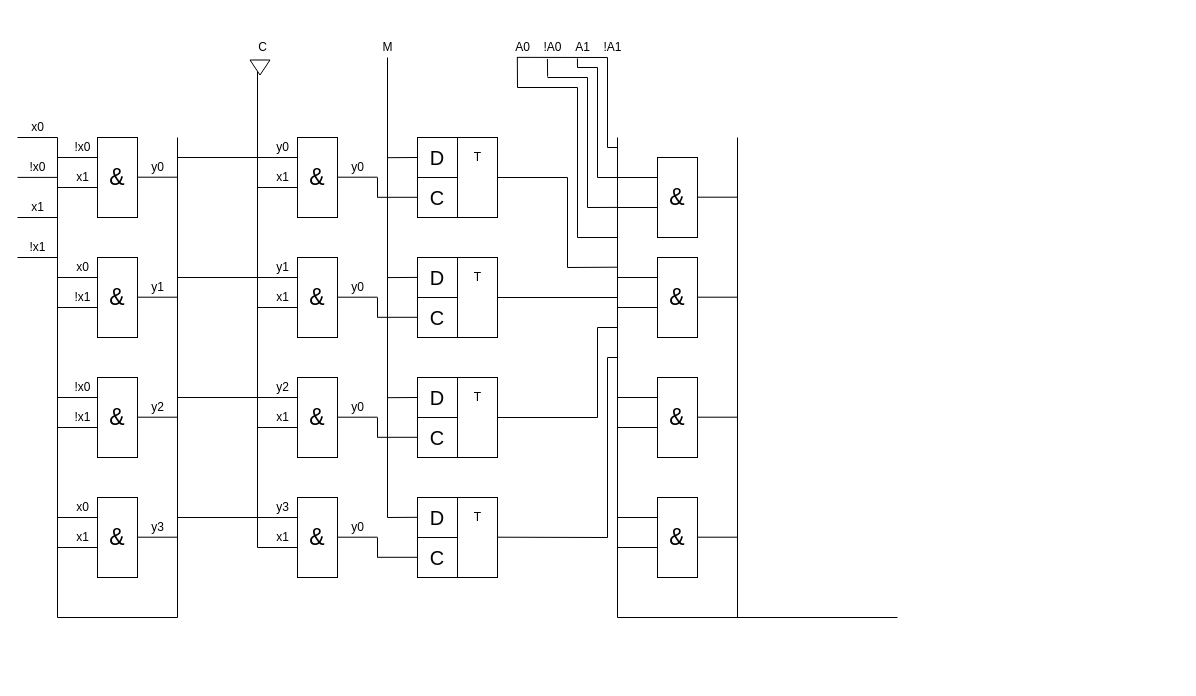
Before: 7lab.drawio in nayutalienx/digital_circuits, a draw.io diagram. Source tidied: cells renumbered, new cells numbered last; positions are measured from the earlier drawing's top-left corner, leaving out a move shared by most shapes. Both pictures are drawn from the tidied source at 100%, with x=0, y=0 at pixel (17, 37).
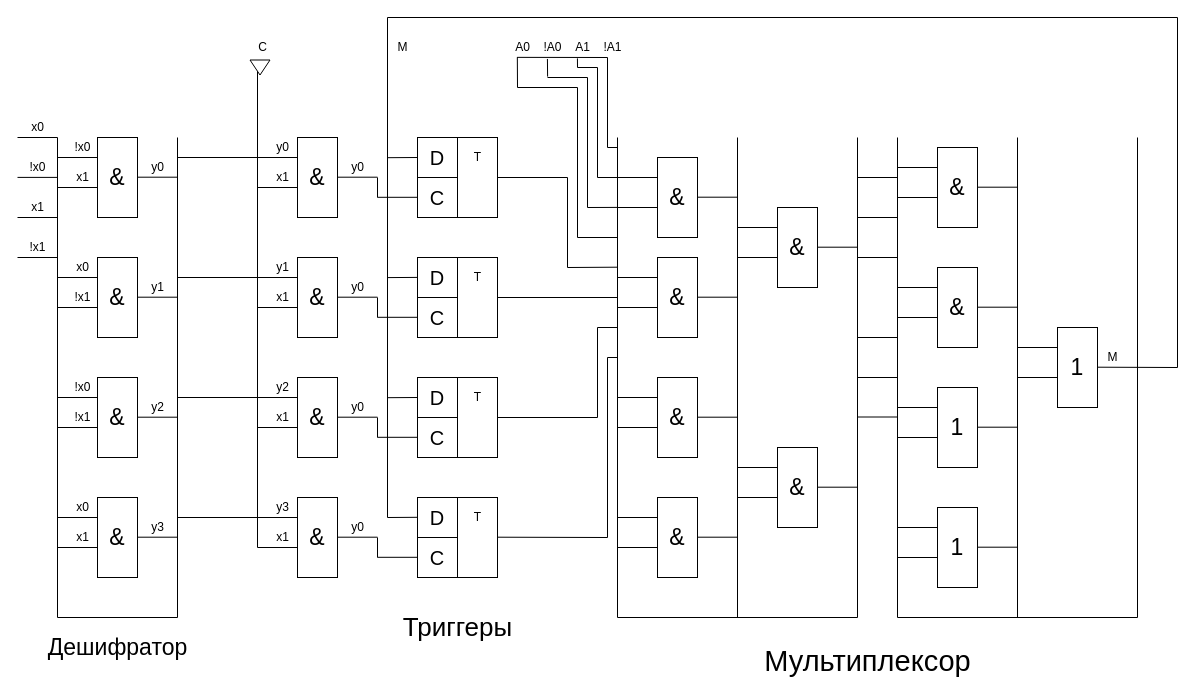
The same diagram, later.

The edit, as a diff of the source:
```diff
@@
     <mxCell id="92" style="endArrow=none;html=1;" parent="1" edge="1">
       <mxGeometry relative="1" as="geometry">
         <mxPoint x="370" y="480" as="sourcePoint" />
-        <mxPoint x="370" y="20" as="targetPoint" />
+        <mxPoint x="370" y="-20" as="targetPoint" />
       </mxGeometry>
     </mxCell>
@@
     <mxCell id="97" value="M" style="text;html=1;align=center;verticalAlign=middle;" parent="1" vertex="1">
-      <mxGeometry x="355" width="30" height="20" as="geometry" />
+      <mxGeometry x="370" width="30" height="20" as="geometry" />
     </mxCell>
@@
     <mxCell id="132" style="endArrow=none;html=1;" parent="1" edge="1">
       <mxGeometry relative="1" as="geometry">
         <mxPoint x="600" y="580" as="sourcePoint" />
-        <mxPoint x="880" y="580" as="targetPoint" />
+        <mxPoint x="840" y="580" as="targetPoint" />
       </mxGeometry>
     </mxCell>
@@
+    <mxCell id="150" value="&lt;font style=&quot;font-size: 23px&quot;&gt;&amp;amp;&lt;/font&gt;" style="rounded=0;whiteSpace=wrap;html=1;" parent="1" vertex="1">
+      <mxGeometry x="760" y="170" width="40" height="80" as="geometry" />
+    </mxCell>
+    <mxCell id="151" style="endArrow=none;html=1;entryX=0;entryY=0.25;entryDx=0;entryDy=0;" parent="1" edge="1" target="150">
+      <mxGeometry relative="1" as="geometry">
+        <mxPoint x="720" y="190" as="sourcePoint" />
+      </mxGeometry>
+    </mxCell>
+    <mxCell id="152" style="endArrow=none;html=1;entryX=0;entryY=0.25;entryDx=0;entryDy=0;" parent="1" edge="1">
+      <mxGeometry relative="1" as="geometry">
+        <mxPoint x="720" y="220" as="sourcePoint" />
+        <mxPoint x="760" y="220" as="targetPoint" />
+      </mxGeometry>
+    </mxCell>
+    <mxCell id="153" style="endArrow=none;html=1;entryX=0;entryY=0.25;entryDx=0;entryDy=0;" parent="1" edge="1">
+      <mxGeometry relative="1" as="geometry">
+        <mxPoint x="800" y="209.7" as="sourcePoint" />
+        <mxPoint x="840" y="209.7" as="targetPoint" />
+      </mxGeometry>
+    </mxCell>
+    <mxCell id="154" value="&lt;font style=&quot;font-size: 23px&quot;&gt;&amp;amp;&lt;/font&gt;" style="rounded=0;whiteSpace=wrap;html=1;" parent="1" vertex="1">
+      <mxGeometry x="760" y="410" width="40" height="80" as="geometry" />
+    </mxCell>
+    <mxCell id="155" style="endArrow=none;html=1;entryX=0;entryY=0.25;entryDx=0;entryDy=0;" parent="1" edge="1" target="154">
+      <mxGeometry relative="1" as="geometry">
+        <mxPoint x="720" y="430" as="sourcePoint" />
+      </mxGeometry>
+    </mxCell>
+    <mxCell id="156" style="endArrow=none;html=1;entryX=0;entryY=0.25;entryDx=0;entryDy=0;" parent="1" edge="1">
+      <mxGeometry relative="1" as="geometry">
+        <mxPoint x="720" y="460" as="sourcePoint" />
+        <mxPoint x="760" y="460" as="targetPoint" />
+      </mxGeometry>
+    </mxCell>
+    <mxCell id="157" style="endArrow=none;html=1;entryX=0;entryY=0.25;entryDx=0;entryDy=0;" parent="1" edge="1">
+      <mxGeometry relative="1" as="geometry">
+        <mxPoint x="800" y="449.7" as="sourcePoint" />
+        <mxPoint x="840" y="449.7" as="targetPoint" />
+      </mxGeometry>
+    </mxCell>
+    <mxCell id="158" style="endArrow=none;html=1;" parent="1" edge="1">
+      <mxGeometry relative="1" as="geometry">
+        <mxPoint x="840" y="580" as="sourcePoint" />
+        <mxPoint x="840" y="100" as="targetPoint" />
+      </mxGeometry>
+    </mxCell>
+    <mxCell id="159" style="endArrow=none;html=1;" parent="1" edge="1">
+      <mxGeometry relative="1" as="geometry">
+        <mxPoint x="840" y="140" as="sourcePoint" />
+        <mxPoint x="880" y="140" as="targetPoint" />
+      </mxGeometry>
+    </mxCell>
+    <mxCell id="160" style="endArrow=none;html=1;" parent="1" edge="1">
+      <mxGeometry relative="1" as="geometry">
+        <mxPoint x="840" y="180" as="sourcePoint" />
+        <mxPoint x="880" y="180" as="targetPoint" />
+      </mxGeometry>
+    </mxCell>
+    <mxCell id="161" style="endArrow=none;html=1;" parent="1" edge="1">
+      <mxGeometry relative="1" as="geometry">
+        <mxPoint x="840" y="220" as="sourcePoint" />
+        <mxPoint x="880" y="220" as="targetPoint" />
+      </mxGeometry>
+    </mxCell>
+    <mxCell id="162" style="endArrow=none;html=1;" parent="1" edge="1">
+      <mxGeometry relative="1" as="geometry">
+        <mxPoint x="840" y="300" as="sourcePoint" />
+        <mxPoint x="880" y="300" as="targetPoint" />
+      </mxGeometry>
+    </mxCell>
+    <mxCell id="163" style="endArrow=none;html=1;" parent="1" edge="1">
+      <mxGeometry relative="1" as="geometry">
+        <mxPoint x="840" y="340" as="sourcePoint" />
+        <mxPoint x="880" y="340" as="targetPoint" />
+      </mxGeometry>
+    </mxCell>
+    <mxCell id="164" style="endArrow=none;html=1;" parent="1" edge="1">
+      <mxGeometry relative="1" as="geometry">
+        <mxPoint x="840" y="379.5" as="sourcePoint" />
+        <mxPoint x="880" y="379.5" as="targetPoint" />
+      </mxGeometry>
+    </mxCell>
+    <mxCell id="165" style="endArrow=none;html=1;" parent="1" edge="1">
+      <mxGeometry relative="1" as="geometry">
+        <mxPoint x="880" y="580" as="sourcePoint" />
+        <mxPoint x="880" y="100" as="targetPoint" />
+      </mxGeometry>
+    </mxCell>
+    <mxCell id="166" style="endArrow=none;html=1;" parent="1" edge="1">
+      <mxGeometry relative="1" as="geometry">
+        <mxPoint x="880" y="580" as="sourcePoint" />
+        <mxPoint x="1120" y="580" as="targetPoint" />
+      </mxGeometry>
+    </mxCell>
+    <mxCell id="167" value="&lt;font style=&quot;font-size: 23px&quot;&gt;&amp;amp;&lt;/font&gt;" style="rounded=0;whiteSpace=wrap;html=1;" parent="1" vertex="1">
+      <mxGeometry x="920" y="110" width="40" height="80" as="geometry" />
+    </mxCell>
+    <mxCell id="168" style="endArrow=none;html=1;entryX=0;entryY=0.25;entryDx=0;entryDy=0;" parent="1" edge="1" target="167">
+      <mxGeometry relative="1" as="geometry">
+        <mxPoint x="880" y="130" as="sourcePoint" />
+      </mxGeometry>
+    </mxCell>
+    <mxCell id="169" style="endArrow=none;html=1;entryX=0;entryY=0.25;entryDx=0;entryDy=0;" parent="1" edge="1">
+      <mxGeometry relative="1" as="geometry">
+        <mxPoint x="880" y="160" as="sourcePoint" />
+        <mxPoint x="920" y="160" as="targetPoint" />
+      </mxGeometry>
+    </mxCell>
+    <mxCell id="170" style="endArrow=none;html=1;entryX=0;entryY=0.25;entryDx=0;entryDy=0;" parent="1" edge="1">
+      <mxGeometry relative="1" as="geometry">
+        <mxPoint x="960" y="149.7" as="sourcePoint" />
+        <mxPoint x="1000" y="149.7" as="targetPoint" />
+      </mxGeometry>
+    </mxCell>
+    <mxCell id="171" value="&lt;font style=&quot;font-size: 23px&quot;&gt;&amp;amp;&lt;/font&gt;" style="rounded=0;whiteSpace=wrap;html=1;" parent="1" vertex="1">
+      <mxGeometry x="920" y="230" width="40" height="80" as="geometry" />
+    </mxCell>
+    <mxCell id="172" style="endArrow=none;html=1;entryX=0;entryY=0.25;entryDx=0;entryDy=0;" parent="1" edge="1" target="171">
+      <mxGeometry relative="1" as="geometry">
+        <mxPoint x="880" y="250" as="sourcePoint" />
+      </mxGeometry>
+    </mxCell>
+    <mxCell id="173" style="endArrow=none;html=1;entryX=0;entryY=0.25;entryDx=0;entryDy=0;" parent="1" edge="1">
+      <mxGeometry relative="1" as="geometry">
+        <mxPoint x="880" y="280" as="sourcePoint" />
+        <mxPoint x="920" y="280" as="targetPoint" />
+      </mxGeometry>
+    </mxCell>
+    <mxCell id="174" style="endArrow=none;html=1;entryX=0;entryY=0.25;entryDx=0;entryDy=0;" parent="1" edge="1">
+      <mxGeometry relative="1" as="geometry">
+        <mxPoint x="960" y="269.7" as="sourcePoint" />
+        <mxPoint x="1000" y="269.7" as="targetPoint" />
+      </mxGeometry>
+    </mxCell>
+    <mxCell id="175" value="&lt;font style=&quot;font-size: 23px&quot;&gt;1&lt;/font&gt;" style="rounded=0;whiteSpace=wrap;html=1;" parent="1" vertex="1">
+      <mxGeometry x="920" y="350" width="40" height="80" as="geometry" />
+    </mxCell>
+    <mxCell id="176" style="endArrow=none;html=1;entryX=0;entryY=0.25;entryDx=0;entryDy=0;" parent="1" edge="1" target="175">
+      <mxGeometry relative="1" as="geometry">
+        <mxPoint x="880" y="370" as="sourcePoint" />
+      </mxGeometry>
+    </mxCell>
+    <mxCell id="177" style="endArrow=none;html=1;entryX=0;entryY=0.25;entryDx=0;entryDy=0;" parent="1" edge="1">
+      <mxGeometry relative="1" as="geometry">
+        <mxPoint x="880" y="400" as="sourcePoint" />
+        <mxPoint x="920" y="400" as="targetPoint" />
+      </mxGeometry>
+    </mxCell>
+    <mxCell id="178" style="endArrow=none;html=1;entryX=0;entryY=0.25;entryDx=0;entryDy=0;" parent="1" edge="1">
+      <mxGeometry relative="1" as="geometry">
+        <mxPoint x="960" y="389.7" as="sourcePoint" />
+        <mxPoint x="1000" y="389.7" as="targetPoint" />
+      </mxGeometry>
+    </mxCell>
+    <mxCell id="179" value="&lt;font style=&quot;font-size: 23px&quot;&gt;1&lt;/font&gt;" style="rounded=0;whiteSpace=wrap;html=1;" parent="1" vertex="1">
+      <mxGeometry x="920" y="470" width="40" height="80" as="geometry" />
+    </mxCell>
+    <mxCell id="180" style="endArrow=none;html=1;entryX=0;entryY=0.25;entryDx=0;entryDy=0;" parent="1" edge="1" target="179">
+      <mxGeometry relative="1" as="geometry">
+        <mxPoint x="880" y="490" as="sourcePoint" />
+      </mxGeometry>
+    </mxCell>
+    <mxCell id="181" style="endArrow=none;html=1;entryX=0;entryY=0.25;entryDx=0;entryDy=0;" parent="1" edge="1">
+      <mxGeometry relative="1" as="geometry">
+        <mxPoint x="880" y="520" as="sourcePoint" />
+        <mxPoint x="920" y="520" as="targetPoint" />
+      </mxGeometry>
+    </mxCell>
+    <mxCell id="182" style="endArrow=none;html=1;entryX=0;entryY=0.25;entryDx=0;entryDy=0;" parent="1" edge="1">
+      <mxGeometry relative="1" as="geometry">
+        <mxPoint x="960" y="509.7" as="sourcePoint" />
+        <mxPoint x="1000" y="509.7" as="targetPoint" />
+      </mxGeometry>
+    </mxCell>
+    <mxCell id="183" style="endArrow=none;html=1;" parent="1" edge="1">
+      <mxGeometry relative="1" as="geometry">
+        <mxPoint x="1000" y="580" as="sourcePoint" />
+        <mxPoint x="1000" y="100" as="targetPoint" />
+      </mxGeometry>
+    </mxCell>
+    <mxCell id="184" value="&lt;font style=&quot;font-size: 23px&quot;&gt;1&lt;/font&gt;" style="rounded=0;whiteSpace=wrap;html=1;" parent="1" vertex="1">
+      <mxGeometry x="1040" y="290" width="40" height="80" as="geometry" />
+    </mxCell>
+    <mxCell id="185" style="endArrow=none;html=1;entryX=0;entryY=0.25;entryDx=0;entryDy=0;" parent="1" edge="1" target="184">
+      <mxGeometry relative="1" as="geometry">
+        <mxPoint x="1000" y="310" as="sourcePoint" />
+      </mxGeometry>
+    </mxCell>
+    <mxCell id="186" style="endArrow=none;html=1;entryX=0;entryY=0.25;entryDx=0;entryDy=0;" parent="1" edge="1">
+      <mxGeometry relative="1" as="geometry">
+        <mxPoint x="1000" y="340" as="sourcePoint" />
+        <mxPoint x="1040" y="340" as="targetPoint" />
+      </mxGeometry>
+    </mxCell>
+    <mxCell id="187" style="endArrow=none;html=1;" parent="1" edge="1">
+      <mxGeometry relative="1" as="geometry">
+        <mxPoint x="1080" y="329.7" as="sourcePoint" />
+        <mxPoint x="1160" y="330" as="targetPoint" />
+      </mxGeometry>
+    </mxCell>
+    <mxCell id="188" style="endArrow=none;html=1;" parent="1" edge="1">
+      <mxGeometry relative="1" as="geometry">
+        <mxPoint x="1120" y="580" as="sourcePoint" />
+        <mxPoint x="1120" y="100" as="targetPoint" />
+      </mxGeometry>
+    </mxCell>
+    <mxCell id="189" value="M" style="text;html=1;align=center;verticalAlign=middle;" parent="1" vertex="1">
+      <mxGeometry x="1080" y="310" width="30" height="20" as="geometry" />
+    </mxCell>
+    <mxCell id="190" style="endArrow=none;html=1;" parent="1" edge="1">
+      <mxGeometry relative="1" as="geometry">
+        <mxPoint x="1160" y="330" as="sourcePoint" />
+        <mxPoint x="1160" y="-20" as="targetPoint" />
+      </mxGeometry>
+    </mxCell>
+    <mxCell id="191" style="endArrow=none;html=1;" parent="1" edge="1">
+      <mxGeometry relative="1" as="geometry">
+        <mxPoint x="1160" y="-20" as="sourcePoint" />
+        <mxPoint x="370" y="-20" as="targetPoint" />
+      </mxGeometry>
+    </mxCell>
+    <mxCell id="192" value="&lt;font style=&quot;font-size: 23px&quot;&gt;Дешифратор&lt;/font&gt;" style="text;html=1;align=center;verticalAlign=middle;" parent="1" vertex="1">
+      <mxGeometry x="20" y="600" width="160" height="20" as="geometry" />
+    </mxCell>
+    <mxCell id="193" value="&lt;font style=&quot;font-size: 26px&quot;&gt;Триггеры&lt;/font&gt;" style="text;html=1;align=center;verticalAlign=middle;" parent="1" vertex="1">
+      <mxGeometry x="380" y="580" width="120" height="20" as="geometry" />
+    </mxCell>
+    <mxCell id="194" value="&lt;font style=&quot;font-size: 29px&quot;&gt;Мультиплексор&lt;/font&gt;" style="text;html=1;align=center;verticalAlign=middle;" parent="1" vertex="1">
+      <mxGeometry x="740" y="609" width="220" height="30" as="geometry" />
+    </mxCell>
```
